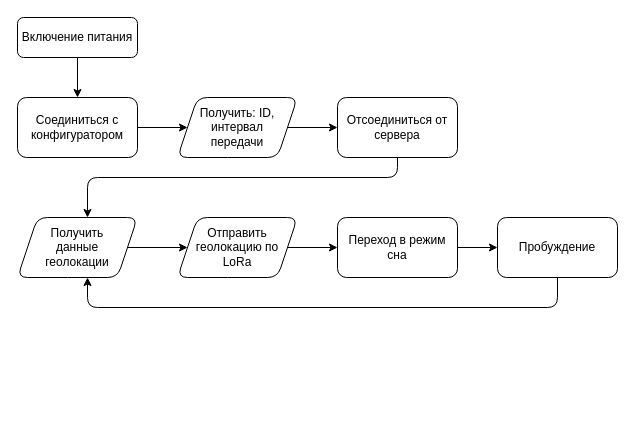
Earlier version of the draw.io diagram doc/Алгоритм работы ПО Peggy Tracker.drawio (Kvenecusghost/Peggy). Source tidied: cells renumbered, new cells numbered last; positions are measured from the earlier drawing's top-left corner, leaving out a move shared by most shapes. Both pictures are drawn from the tidied source at 100%, with x=0, y=0 at pixel (17, 17).
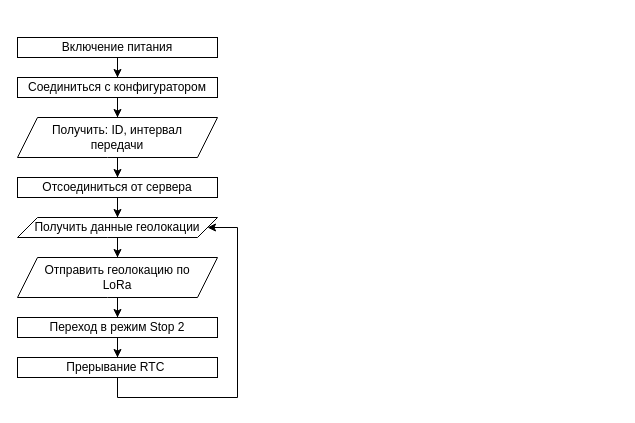
After the change.

Diff of the diagram source:
```diff
@@
-    <mxCell id="2" style="edgeStyle=orthogonalEdgeStyle;rounded=1;jettySize=auto;html=1;" parent="1" edge="1" source="3" target="5">
+    <mxCell id="2" style="edgeStyle=orthogonalEdgeStyle;rounded=1;jettySize=auto;html=1;arcSize=0;" parent="1" edge="1" source="3" target="5">
       <mxGeometry relative="1" as="geometry" />
     </mxCell>
-    <mxCell id="3" value="Включение питания" style="whiteSpace=wrap;html=1;fontSize=12;glass=0;strokeWidth=1;shadow=0;rounded=1;" parent="1" vertex="1">
-      <mxGeometry width="120" height="40" as="geometry" />
+    <mxCell id="3" value="Включение питания" style="whiteSpace=wrap;html=1;fontSize=12;glass=0;strokeWidth=1;shadow=0;rounded=1;arcSize=0;" parent="1" vertex="1">
+      <mxGeometry y="20" width="200" height="20" as="geometry" />
     </mxCell>
-    <mxCell id="4" style="edgeStyle=orthogonalEdgeStyle;rounded=1;jettySize=auto;html=1;exitX=1;exitY=0.5;exitDx=0;exitDy=0;" parent="1" edge="1" source="5" target="7">
+    <mxCell id="4" style="edgeStyle=orthogonalEdgeStyle;rounded=1;jettySize=auto;html=1;entryX=0.5;entryY=0;entryDx=0;entryDy=0;arcSize=0;" parent="1" edge="1" source="5" target="7">
       <mxGeometry relative="1" as="geometry" />
     </mxCell>
-    <mxCell id="5" value="Соединиться с конфигуратором" style="whiteSpace=wrap;html=1;rounded=1;shadow=0;strokeWidth=1;glass=0;" parent="1" vertex="1">
-      <mxGeometry y="80" width="120" height="60" as="geometry" />
+    <mxCell id="5" value="Соединиться с конфигуратором" style="whiteSpace=wrap;html=1;rounded=1;shadow=0;strokeWidth=1;glass=0;arcSize=0;" parent="1" vertex="1">
+      <mxGeometry y="60" width="200" height="20" as="geometry" />
     </mxCell>
-    <mxCell id="6" style="edgeStyle=orthogonalEdgeStyle;rounded=1;jettySize=auto;html=1;" parent="1" edge="1" source="7" target="9">
+    <mxCell id="6" style="edgeStyle=orthogonalEdgeStyle;rounded=1;jettySize=auto;html=1;exitX=0.5;exitY=1;exitDx=0;exitDy=0;arcSize=0;" parent="1" edge="1" source="7" target="9">
       <mxGeometry relative="1" as="geometry" />
     </mxCell>
-    <mxCell id="7" value="Получить: ID, интервал &lt;br&gt;передачи" style="shape=parallelogram;perimeter=parallelogramPerimeter;whiteSpace=wrap;html=1;fixedSize=1;rounded=1;" parent="1" vertex="1">
-      <mxGeometry x="160" y="80" width="120" height="60" as="geometry" />
+    <mxCell id="7" value="Получить: ID, интервал &lt;br&gt;передачи" style="shape=parallelogram;perimeter=parallelogramPerimeter;whiteSpace=wrap;html=1;fixedSize=1;rounded=1;arcSize=0;" parent="1" vertex="1">
+      <mxGeometry y="100" width="200" height="40" as="geometry" />
     </mxCell>
-    <mxCell id="8" style="edgeStyle=orthogonalEdgeStyle;rounded=1;jettySize=auto;html=1;" parent="1" edge="1" source="9" target="11">
-      <mxGeometry relative="1" as="geometry">
-        <Array as="points">
-          <mxPoint x="380" y="160" />
-          <mxPoint x="70" y="160" />
-        </Array>
-      </mxGeometry>
+    <mxCell id="8" style="edgeStyle=orthogonalEdgeStyle;rounded=1;jettySize=auto;html=1;arcSize=0;" parent="1" edge="1" source="9" target="11">
+      <mxGeometry relative="1" as="geometry" />
     </mxCell>
-    <mxCell id="9" value="Отсоединиться от сервера" style="whiteSpace=wrap;html=1;rounded=1;" parent="1" vertex="1">
-      <mxGeometry x="320" y="80" width="120" height="60" as="geometry" />
+    <mxCell id="9" value="Отсоединиться от сервера" style="whiteSpace=wrap;html=1;rounded=1;arcSize=0;" parent="1" vertex="1">
+      <mxGeometry y="160" width="200" height="20" as="geometry" />
     </mxCell>
-    <mxCell id="10" style="edgeStyle=orthogonalEdgeStyle;rounded=1;jettySize=auto;html=1;" parent="1" edge="1" source="11" target="13">
+    <mxCell id="10" style="edgeStyle=orthogonalEdgeStyle;rounded=1;jettySize=auto;html=1;arcSize=0;" parent="1" edge="1" source="11" target="13">
       <mxGeometry relative="1" as="geometry" />
     </mxCell>
-    <mxCell id="11" value="Получить &lt;br&gt;данные &lt;br&gt;геолокации" style="shape=parallelogram;perimeter=parallelogramPerimeter;whiteSpace=wrap;html=1;fixedSize=1;rounded=1;" parent="1" vertex="1">
-      <mxGeometry y="200" width="120" height="60" as="geometry" />
+    <mxCell id="11" value="Получить данные геолокации" style="shape=parallelogram;perimeter=parallelogramPerimeter;whiteSpace=wrap;html=1;fixedSize=1;rounded=1;arcSize=0;" parent="1" vertex="1">
+      <mxGeometry y="200" width="200" height="20" as="geometry" />
     </mxCell>
-    <mxCell id="12" style="edgeStyle=orthogonalEdgeStyle;rounded=1;jettySize=auto;html=1;" parent="1" edge="1" source="13" target="15">
+    <mxCell id="12" style="edgeStyle=orthogonalEdgeStyle;rounded=1;jettySize=auto;html=1;arcSize=0;" parent="1" edge="1" source="13" target="15">
       <mxGeometry relative="1" as="geometry" />
     </mxCell>
-    <mxCell id="13" value="Отправить геолокацию по &lt;br&gt;LoRa" style="shape=parallelogram;perimeter=parallelogramPerimeter;whiteSpace=wrap;html=1;fixedSize=1;rounded=1;" parent="1" vertex="1">
-      <mxGeometry x="160" y="200" width="120" height="60" as="geometry" />
+    <mxCell id="13" value="Отправить геолокацию по &lt;br&gt;LoRa" style="shape=parallelogram;perimeter=parallelogramPerimeter;whiteSpace=wrap;html=1;fixedSize=1;rounded=1;arcSize=0;" parent="1" vertex="1">
+      <mxGeometry y="240" width="200" height="40" as="geometry" />
     </mxCell>
-    <mxCell id="14" style="edgeStyle=orthogonalEdgeStyle;rounded=1;jettySize=auto;html=1;" parent="1" edge="1" source="15" target="17">
+    <mxCell id="14" style="edgeStyle=orthogonalEdgeStyle;rounded=1;jettySize=auto;html=1;arcSize=0;" parent="1" edge="1" source="15" target="17">
       <mxGeometry relative="1" as="geometry" />
     </mxCell>
-    <mxCell id="15" value="Переход в режим сна" style="whiteSpace=wrap;html=1;rounded=1;" parent="1" vertex="1">
-      <mxGeometry x="320" y="200" width="120" height="60" as="geometry" />
+    <mxCell id="15" value="Переход в режим Stop 2" style="whiteSpace=wrap;html=1;rounded=1;arcSize=0;" parent="1" vertex="1">
+      <mxGeometry y="300" width="200" height="20" as="geometry" />
     </mxCell>
-    <mxCell id="16" style="edgeStyle=orthogonalEdgeStyle;rounded=1;jettySize=auto;html=1;" parent="1" edge="1" source="17" target="11">
+    <mxCell id="16" style="edgeStyle=orthogonalEdgeStyle;rounded=1;jettySize=auto;html=1;entryX=1;entryY=0.5;entryDx=0;entryDy=0;arcSize=0;" parent="1" edge="1" source="17" target="11">
       <mxGeometry relative="1" as="geometry">
         <Array as="points">
-          <mxPoint x="540" y="290" />
-          <mxPoint x="70" y="290" />
+          <mxPoint x="100" y="380" />
+          <mxPoint x="220" y="380" />
+          <mxPoint x="220" y="210" />
         </Array>
       </mxGeometry>
     </mxCell>
-    <mxCell id="17" value="Пробуждение" style="rounded=1;whiteSpace=wrap;html=1;" parent="1" vertex="1">
-      <mxGeometry x="480" y="200" width="120" height="60" as="geometry" />
+    <mxCell id="17" value="Прерывание RTC&amp;nbsp;" style="rounded=1;whiteSpace=wrap;html=1;arcSize=0;" parent="1" vertex="1">
+      <mxGeometry y="340" width="200" height="20" as="geometry" />
     </mxCell>
```
